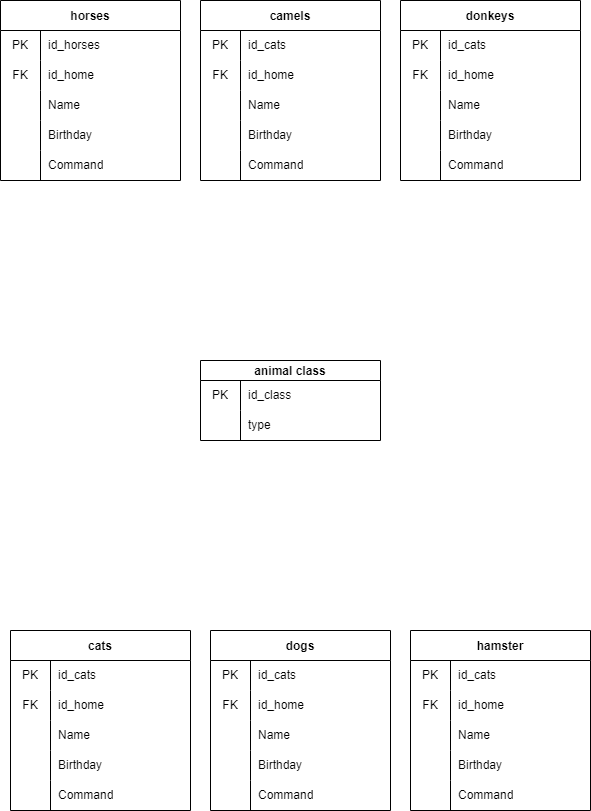
Above: DB_diagram.drawio.png in StaciBunx/finaltest (draw.io), before the change. Source tidied: cells renumbered, new cells last; positions are measured from the earlier drawing's top-left corner, leaving out a move shared by most shapes.
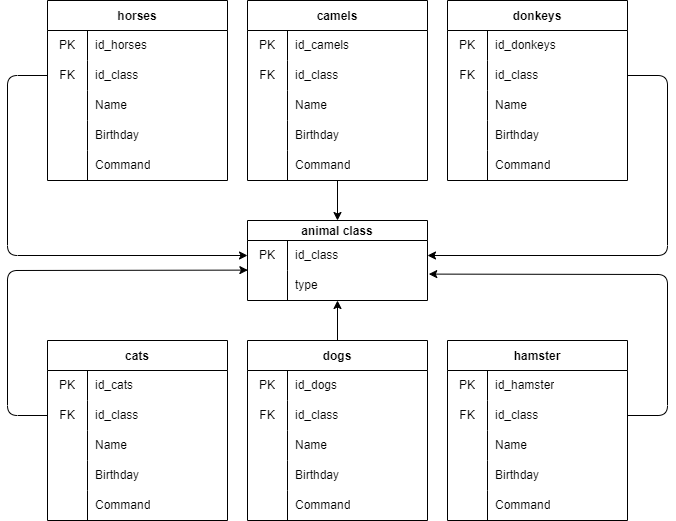
Above is the later version.

What changed in the source:
```diff
@@ -3,7 +3,7 @@
     <mxCell id="0" />
     <mxCell id="1" parent="0" />
     <mxCell id="2" value="animal class" style="shape=table;startSize=20;rowLines=0;fontStyle=1;" parent="1" vertex="1">
-      <mxGeometry x="200" y="360" width="180" height="80" as="geometry" />
+      <mxGeometry x="200" y="220" width="180" height="80" as="geometry" />
     </mxCell>
     <mxCell id="3" style="shape=tableRow;horizontal=0;startSize=0;swimlaneHead=0;swimlaneBody=0;top=0;left=0;bottom=0;right=0;fillColor=none;points=[[0,0.5],[1,0.5]];portConstraint=eastwest;" parent="2" vertex="1">
       <mxGeometry y="20" width="180" height="30" as="geometry" />
@@ -41,7 +41,7 @@
     <mxCell id="14" value="FK" style="shape=partialRectangle;html=1;whiteSpace=wrap;fillColor=none;top=0;left=0;bottom=0;right=0;overflow=hidden;" parent="13" vertex="1">
       <mxGeometry width="40" height="30" as="geometry" />
     </mxCell>
-    <mxCell id="15" value="id_home" style="shape=partialRectangle;html=1;whiteSpace=wrap;fillColor=none;top=0;left=0;bottom=0;right=0;align=left;spacingLeft=6;overflow=hidden;" parent="13" vertex="1">
+    <mxCell id="15" value="id_class" style="shape=partialRectangle;html=1;whiteSpace=wrap;fillColor=none;top=0;left=0;bottom=0;right=0;align=left;spacingLeft=6;overflow=hidden;" parent="13" vertex="1">
       <mxGeometry x="40" width="140" height="30" as="geometry" />
     </mxCell>
     <mxCell id="16" style="shape=tableRow;horizontal=0;startSize=0;swimlaneHead=0;swimlaneBody=0;top=0;left=0;bottom=0;right=0;fillColor=none;" parent="9" vertex="1">
@@ -80,7 +80,7 @@
     <mxCell id="27" value="PK" style="shape=partialRectangle;html=1;whiteSpace=wrap;fillColor=none;top=0;left=0;bottom=0;right=0;overflow=hidden;" parent="26" vertex="1">
       <mxGeometry width="40" height="30" as="geometry" />
     </mxCell>
-    <mxCell id="28" value="id_cats" style="shape=partialRectangle;html=1;whiteSpace=wrap;fillColor=none;top=0;left=0;bottom=0;right=0;align=left;spacingLeft=6;overflow=hidden;" parent="26" vertex="1">
+    <mxCell id="28" value="id_camels" style="shape=partialRectangle;html=1;whiteSpace=wrap;fillColor=none;top=0;left=0;bottom=0;right=0;align=left;spacingLeft=6;overflow=hidden;" parent="26" vertex="1">
       <mxGeometry x="40" width="140" height="30" as="geometry" />
     </mxCell>
     <mxCell id="29" style="shape=tableRow;horizontal=0;startSize=0;swimlaneHead=0;swimlaneBody=0;top=0;left=0;bottom=0;right=0;fillColor=none;" parent="25" vertex="1">
@@ -89,7 +89,7 @@
     <mxCell id="30" value="FK" style="shape=partialRectangle;html=1;whiteSpace=wrap;fillColor=none;top=0;left=0;bottom=0;right=0;overflow=hidden;" parent="29" vertex="1">
       <mxGeometry width="40" height="30" as="geometry" />
     </mxCell>
-    <mxCell id="31" value="id_home" style="shape=partialRectangle;html=1;whiteSpace=wrap;fillColor=none;top=0;left=0;bottom=0;right=0;align=left;spacingLeft=6;overflow=hidden;" parent="29" vertex="1">
+    <mxCell id="31" value="id_class" style="shape=partialRectangle;html=1;whiteSpace=wrap;fillColor=none;top=0;left=0;bottom=0;right=0;align=left;spacingLeft=6;overflow=hidden;" parent="29" vertex="1">
       <mxGeometry x="40" width="140" height="30" as="geometry" />
     </mxCell>
     <mxCell id="32" style="shape=tableRow;horizontal=0;startSize=0;swimlaneHead=0;swimlaneBody=0;top=0;left=0;bottom=0;right=0;fillColor=none;" parent="25" vertex="1">
@@ -128,7 +128,7 @@
     <mxCell id="43" value="PK" style="shape=partialRectangle;html=1;whiteSpace=wrap;fillColor=none;top=0;left=0;bottom=0;right=0;overflow=hidden;" parent="42" vertex="1">
       <mxGeometry width="40" height="30" as="geometry" />
     </mxCell>
-    <mxCell id="44" value="id_cats" style="shape=partialRectangle;html=1;whiteSpace=wrap;fillColor=none;top=0;left=0;bottom=0;right=0;align=left;spacingLeft=6;overflow=hidden;" parent="42" vertex="1">
+    <mxCell id="44" value="id_donkeys" style="shape=partialRectangle;html=1;whiteSpace=wrap;fillColor=none;top=0;left=0;bottom=0;right=0;align=left;spacingLeft=6;overflow=hidden;" parent="42" vertex="1">
       <mxGeometry x="40" width="140" height="30" as="geometry" />
     </mxCell>
     <mxCell id="45" style="shape=tableRow;horizontal=0;startSize=0;swimlaneHead=0;swimlaneBody=0;top=0;left=0;bottom=0;right=0;fillColor=none;points=[[0,0.5],[1,0.5]];portConstraint=eastwest;" parent="41" vertex="1">
@@ -137,7 +137,7 @@
     <mxCell id="46" value="FK" style="shape=partialRectangle;html=1;whiteSpace=wrap;fillColor=none;top=0;left=0;bottom=0;right=0;overflow=hidden;" parent="45" vertex="1">
       <mxGeometry width="40" height="30" as="geometry" />
     </mxCell>
-    <mxCell id="47" value="id_home" style="shape=partialRectangle;html=1;whiteSpace=wrap;fillColor=none;top=0;left=0;bottom=0;right=0;align=left;spacingLeft=6;overflow=hidden;" parent="45" vertex="1">
+    <mxCell id="47" value="id_class" style="shape=partialRectangle;html=1;whiteSpace=wrap;fillColor=none;top=0;left=0;bottom=0;right=0;align=left;spacingLeft=6;overflow=hidden;" parent="45" vertex="1">
       <mxGeometry x="40" width="140" height="30" as="geometry" />
     </mxCell>
     <mxCell id="48" style="shape=tableRow;horizontal=0;startSize=0;swimlaneHead=0;swimlaneBody=0;top=0;left=0;bottom=0;right=0;fillColor=none;" parent="41" vertex="1">
@@ -168,7 +168,7 @@
       <mxGeometry x="40" width="140" height="30" as="geometry" />
     </mxCell>
     <mxCell id="57" value="cats" style="shape=table;startSize=30;rowLines=0;fontStyle=1;" parent="1" vertex="1">
-      <mxGeometry x="10" y="630" width="180" height="180" as="geometry" />
+      <mxGeometry y="340" width="180" height="180" as="geometry" />
     </mxCell>
     <mxCell id="58" style="shape=tableRow;horizontal=0;startSize=0;swimlaneHead=0;swimlaneBody=0;top=0;left=0;bottom=0;right=0;fillColor=none;" parent="57" vertex="1">
       <mxGeometry y="30" width="180" height="30" as="geometry" />
@@ -185,7 +185,7 @@
     <mxCell id="62" value="FK" style="shape=partialRectangle;html=1;whiteSpace=wrap;fillColor=none;top=0;left=0;bottom=0;right=0;overflow=hidden;" parent="61" vertex="1">
       <mxGeometry width="40" height="30" as="geometry" />
     </mxCell>
-    <mxCell id="63" value="id_home" style="shape=partialRectangle;html=1;whiteSpace=wrap;fillColor=none;top=0;left=0;bottom=0;right=0;align=left;spacingLeft=6;overflow=hidden;" parent="61" vertex="1">
+    <mxCell id="63" value="id_class" style="shape=partialRectangle;html=1;whiteSpace=wrap;fillColor=none;top=0;left=0;bottom=0;right=0;align=left;spacingLeft=6;overflow=hidden;" parent="61" vertex="1">
       <mxGeometry x="40" width="140" height="30" as="geometry" />
     </mxCell>
     <mxCell id="64" style="shape=tableRow;horizontal=0;startSize=0;swimlaneHead=0;swimlaneBody=0;top=0;left=0;bottom=0;right=0;fillColor=none;" parent="57" vertex="1">
@@ -216,7 +216,7 @@
       <mxGeometry x="40" width="140" height="30" as="geometry" />
     </mxCell>
     <mxCell id="73" value="dogs" style="shape=table;startSize=30;rowLines=0;fontStyle=1;" parent="1" vertex="1">
-      <mxGeometry x="210" y="630" width="180" height="180" as="geometry" />
+      <mxGeometry x="200" y="340" width="180" height="180" as="geometry" />
     </mxCell>
     <mxCell id="74" style="shape=tableRow;horizontal=0;startSize=0;swimlaneHead=0;swimlaneBody=0;top=0;left=0;bottom=0;right=0;fillColor=none;" parent="73" vertex="1">
       <mxGeometry y="30" width="180" height="30" as="geometry" />
@@ -224,7 +224,7 @@
     <mxCell id="75" value="PK" style="shape=partialRectangle;html=1;whiteSpace=wrap;fillColor=none;top=0;left=0;bottom=0;right=0;overflow=hidden;" parent="74" vertex="1">
       <mxGeometry width="40" height="30" as="geometry" />
     </mxCell>
-    <mxCell id="76" value="id_cats" style="shape=partialRectangle;html=1;whiteSpace=wrap;fillColor=none;top=0;left=0;bottom=0;right=0;align=left;spacingLeft=6;overflow=hidden;" parent="74" vertex="1">
+    <mxCell id="76" value="id_dogs" style="shape=partialRectangle;html=1;whiteSpace=wrap;fillColor=none;top=0;left=0;bottom=0;right=0;align=left;spacingLeft=6;overflow=hidden;" parent="74" vertex="1">
       <mxGeometry x="40" width="140" height="30" as="geometry" />
     </mxCell>
     <mxCell id="77" style="shape=tableRow;horizontal=0;startSize=0;swimlaneHead=0;swimlaneBody=0;top=0;left=0;bottom=0;right=0;fillColor=none;" parent="73" vertex="1">
@@ -233,7 +233,7 @@
     <mxCell id="78" value="FK" style="shape=partialRectangle;html=1;whiteSpace=wrap;fillColor=none;top=0;left=0;bottom=0;right=0;overflow=hidden;" parent="77" vertex="1">
       <mxGeometry width="40" height="30" as="geometry" />
     </mxCell>
-    <mxCell id="79" value="id_home" style="shape=partialRectangle;html=1;whiteSpace=wrap;fillColor=none;top=0;left=0;bottom=0;right=0;align=left;spacingLeft=6;overflow=hidden;" parent="77" vertex="1">
+    <mxCell id="79" value="id_class" style="shape=partialRectangle;html=1;whiteSpace=wrap;fillColor=none;top=0;left=0;bottom=0;right=0;align=left;spacingLeft=6;overflow=hidden;" parent="77" vertex="1">
       <mxGeometry x="40" width="140" height="30" as="geometry" />
     </mxCell>
     <mxCell id="80" style="shape=tableRow;horizontal=0;startSize=0;swimlaneHead=0;swimlaneBody=0;top=0;left=0;bottom=0;right=0;fillColor=none;" parent="73" vertex="1">
@@ -264,7 +264,7 @@
       <mxGeometry x="40" width="140" height="30" as="geometry" />
     </mxCell>
     <mxCell id="89" value="hamster" style="shape=table;startSize=30;rowLines=0;fontStyle=1;" parent="1" vertex="1">
-      <mxGeometry x="410" y="630" width="180" height="180" as="geometry" />
+      <mxGeometry x="400" y="340" width="180" height="180" as="geometry" />
     </mxCell>
     <mxCell id="90" style="shape=tableRow;horizontal=0;startSize=0;swimlaneHead=0;swimlaneBody=0;top=0;left=0;bottom=0;right=0;fillColor=none;" parent="89" vertex="1">
       <mxGeometry y="30" width="180" height="30" as="geometry" />
@@ -272,7 +272,7 @@
     <mxCell id="91" value="PK" style="shape=partialRectangle;html=1;whiteSpace=wrap;fillColor=none;top=0;left=0;bottom=0;right=0;overflow=hidden;" parent="90" vertex="1">
       <mxGeometry width="40" height="30" as="geometry" />
     </mxCell>
-    <mxCell id="92" value="id_cats" style="shape=partialRectangle;html=1;whiteSpace=wrap;fillColor=none;top=0;left=0;bottom=0;right=0;align=left;spacingLeft=6;overflow=hidden;" parent="90" vertex="1">
+    <mxCell id="92" value="id_hamster" style="shape=partialRectangle;html=1;whiteSpace=wrap;fillColor=none;top=0;left=0;bottom=0;right=0;align=left;spacingLeft=6;overflow=hidden;" parent="90" vertex="1">
       <mxGeometry x="40" width="140" height="30" as="geometry" />
     </mxCell>
     <mxCell id="93" style="shape=tableRow;horizontal=0;startSize=0;swimlaneHead=0;swimlaneBody=0;top=0;left=0;bottom=0;right=0;fillColor=none;" parent="89" vertex="1">
@@ -281,7 +281,7 @@
     <mxCell id="94" value="FK" style="shape=partialRectangle;html=1;whiteSpace=wrap;fillColor=none;top=0;left=0;bottom=0;right=0;overflow=hidden;" parent="93" vertex="1">
       <mxGeometry width="40" height="30" as="geometry" />
     </mxCell>
-    <mxCell id="95" value="id_home" style="shape=partialRectangle;html=1;whiteSpace=wrap;fillColor=none;top=0;left=0;bottom=0;right=0;align=left;spacingLeft=6;overflow=hidden;" parent="93" vertex="1">
+    <mxCell id="95" value="id_class" style="shape=partialRectangle;html=1;whiteSpace=wrap;fillColor=none;top=0;left=0;bottom=0;right=0;align=left;spacingLeft=6;overflow=hidden;" parent="93" vertex="1">
       <mxGeometry x="40" width="140" height="30" as="geometry" />
     </mxCell>
     <mxCell id="96" style="shape=tableRow;horizontal=0;startSize=0;swimlaneHead=0;swimlaneBody=0;top=0;left=0;bottom=0;right=0;fillColor=none;" parent="89" vertex="1">
@@ -311,5 +311,44 @@
     <mxCell id="104" value="Command" style="shape=partialRectangle;html=1;whiteSpace=wrap;fillColor=none;top=0;left=0;bottom=0;right=0;align=left;spacingLeft=6;overflow=hidden;" parent="102" vertex="1">
       <mxGeometry x="40" width="140" height="30" as="geometry" />
     </mxCell>
+    <mxCell id="105" style="endArrow=classic;html=1;exitX=0;exitY=0.5;exitDx=0;exitDy=0;entryX=0;entryY=0.5;entryDx=0;entryDy=0;" parent="1" edge="1" source="13" target="3">
+      <mxGeometry relative="1" as="geometry">
+        <Array as="points">
+          <mxPoint x="-40" y="75" />
+          <mxPoint x="-40" y="255" />
+        </Array>
+      </mxGeometry>
+    </mxCell>
+    <mxCell id="106" style="endArrow=classic;html=1;exitX=1;exitY=0.5;exitDx=0;exitDy=0;entryX=1;entryY=0.5;entryDx=0;entryDy=0;" parent="1" edge="1" source="45" target="3">
+      <mxGeometry relative="1" as="geometry">
+        <Array as="points">
+          <mxPoint x="620" y="75" />
+          <mxPoint x="620" y="255" />
+        </Array>
+      </mxGeometry>
+    </mxCell>
+    <mxCell id="107" style="endArrow=classic;html=1;" parent="1" edge="1" source="38" target="2">
+      <mxGeometry relative="1" as="geometry" />
+    </mxCell>
+    <mxCell id="108" style="endArrow=classic;html=1;exitX=0;exitY=0.5;exitDx=0;exitDy=0;entryX=0.002;entryY=0.987;entryDx=0;entryDy=0;entryPerimeter=0;" parent="1" edge="1" source="61" target="3">
+      <mxGeometry relative="1" as="geometry">
+        <Array as="points">
+          <mxPoint x="-40" y="415" />
+          <mxPoint x="-40" y="270" />
+        </Array>
+      </mxGeometry>
+    </mxCell>
+    <mxCell id="109" style="endArrow=classic;html=1;entryX=1.007;entryY=0.12;entryDx=0;entryDy=0;entryPerimeter=0;exitX=1;exitY=0.5;exitDx=0;exitDy=0;" parent="1" edge="1" target="6">
+      <mxGeometry relative="1" as="geometry">
+        <mxPoint x="580" y="415" as="sourcePoint" />
+        <Array as="points">
+          <mxPoint x="620" y="415" />
+          <mxPoint x="620" y="274" />
+        </Array>
+      </mxGeometry>
+    </mxCell>
+    <mxCell id="110" style="endArrow=classic;html=1;exitX=0.5;exitY=0;exitDx=0;exitDy=0;" parent="1" edge="1" source="73" target="6">
+      <mxGeometry relative="1" as="geometry" />
+    </mxCell>
   </root>
 </mxGraphModel>
```
